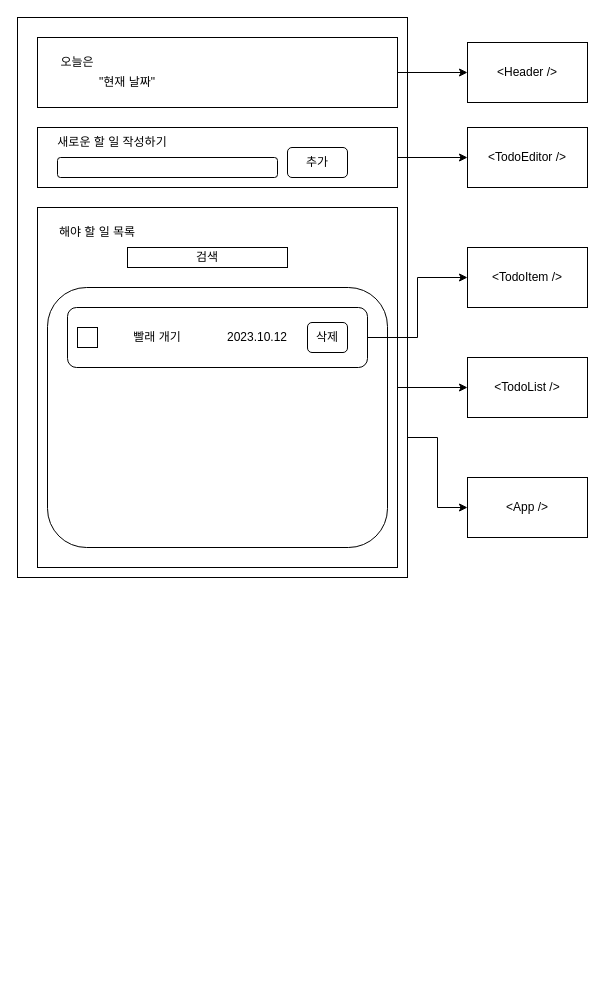
Above: src/todolist.drawio in webshjin/react-project-todolist2 (draw.io), before the change. Source tidied: cells renumbered, new cells numbered last; positions are measured from the earlier drawing's top-left corner, leaving out a move shared by most shapes. Both pictures are drawn from the tidied source at 100%, with x=0, y=0 at pixel (17, 17).
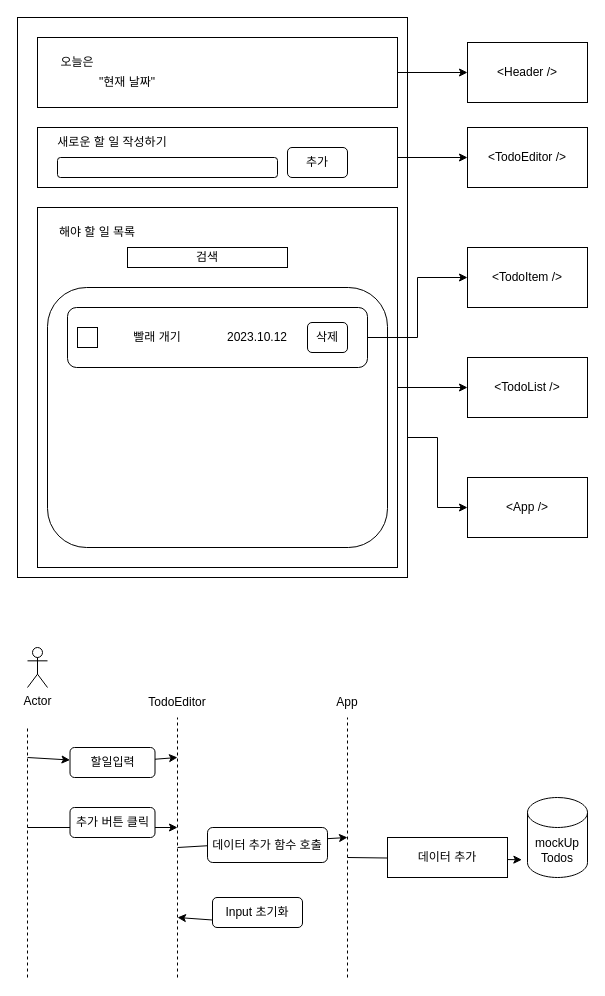
After the change.

Diff of the diagram source:
```diff
@@
+    <mxCell id="29" value="Actor" style="shape=umlActor;verticalLabelPosition=bottom;verticalAlign=top;html=1;" parent="1" vertex="1">
+      <mxGeometry x="10" y="630" width="20" height="40" as="geometry" />
+    </mxCell>
+    <mxCell id="30" style="endArrow=none;dashed=1;html=1;rounded=0;" parent="1" edge="1">
+      <mxGeometry relative="1" as="geometry">
+        <mxPoint x="10" y="960" as="sourcePoint" />
+        <mxPoint x="10" y="710" as="targetPoint" />
+      </mxGeometry>
+    </mxCell>
+    <mxCell id="31" style="endArrow=none;dashed=1;html=1;rounded=0;" parent="1" edge="1">
+      <mxGeometry relative="1" as="geometry">
+        <mxPoint x="160" y="960" as="sourcePoint" />
+        <mxPoint x="160" y="700" as="targetPoint" />
+      </mxGeometry>
+    </mxCell>
+    <mxCell id="32" value="TodoEditor" style="text;html=1;strokeColor=none;fillColor=none;align=center;verticalAlign=middle;whiteSpace=wrap;rounded=0;" parent="1" vertex="1">
+      <mxGeometry x="130" y="670" width="60" height="30" as="geometry" />
+    </mxCell>
+    <mxCell id="33" style="endArrow=classic;html=1;rounded=0;" parent="1" edge="1" source="35">
+      <mxGeometry relative="1" as="geometry">
+        <mxPoint x="160" y="740" as="targetPoint" />
+      </mxGeometry>
+    </mxCell>
+    <mxCell id="34" style="endArrow=classic;html=1;rounded=0;" parent="1" edge="1" target="35">
+      <mxGeometry relative="1" as="geometry">
+        <mxPoint x="10" y="740" as="sourcePoint" />
+      </mxGeometry>
+    </mxCell>
+    <mxCell id="35" value="할일입력" style="rounded=1;whiteSpace=wrap;html=1;" parent="1" vertex="1">
+      <mxGeometry x="52.5" y="730" width="85" height="30" as="geometry" />
+    </mxCell>
+    <mxCell id="36" style="endArrow=classic;html=1;rounded=0;" parent="1" edge="1">
+      <mxGeometry relative="1" as="geometry">
+        <mxPoint x="10" y="810" as="sourcePoint" />
+        <mxPoint x="160" y="810" as="targetPoint" />
+      </mxGeometry>
+    </mxCell>
+    <mxCell id="37" value="추가 버튼 클릭" style="rounded=1;whiteSpace=wrap;html=1;" parent="1" vertex="1">
+      <mxGeometry x="52.5" y="790" width="85" height="30" as="geometry" />
+    </mxCell>
+    <mxCell id="38" style="endArrow=none;dashed=1;html=1;rounded=0;" parent="1" edge="1">
+      <mxGeometry relative="1" as="geometry">
+        <mxPoint x="330" y="960" as="sourcePoint" />
+        <mxPoint x="330" y="700" as="targetPoint" />
+      </mxGeometry>
+    </mxCell>
+    <mxCell id="39" value="App" style="text;html=1;strokeColor=none;fillColor=none;align=center;verticalAlign=middle;whiteSpace=wrap;rounded=0;" parent="1" vertex="1">
+      <mxGeometry x="300" y="670" width="60" height="30" as="geometry" />
+    </mxCell>
+    <mxCell id="40" style="endArrow=classic;html=1;rounded=0;" parent="1" edge="1">
+      <mxGeometry relative="1" as="geometry">
+        <mxPoint x="160" y="830" as="sourcePoint" />
+        <mxPoint x="330" y="820" as="targetPoint" />
+      </mxGeometry>
+    </mxCell>
+    <mxCell id="41" value="데이터 추가 함수 호출" style="rounded=1;whiteSpace=wrap;html=1;" parent="1" vertex="1">
+      <mxGeometry x="190" y="810" width="120" height="35" as="geometry" />
+    </mxCell>
+    <mxCell id="42" value="mockUp&lt;br&gt;Todos" style="shape=cylinder3;whiteSpace=wrap;html=1;boundedLbl=1;backgroundOutline=1;size=15;" parent="1" vertex="1">
+      <mxGeometry x="510" y="780" width="60" height="80" as="geometry" />
+    </mxCell>
+    <mxCell id="43" style="endArrow=classic;html=1;rounded=0;entryX=-0.094;entryY=0.778;entryDx=0;entryDy=0;entryPerimeter=0;" parent="1" edge="1" target="42">
+      <mxGeometry relative="1" as="geometry">
+        <mxPoint x="330" y="840" as="sourcePoint" />
+      </mxGeometry>
+    </mxCell>
+    <mxCell id="44" value="데이터 추가" style="rounded=0;whiteSpace=wrap;html=1;" parent="1" vertex="1">
+      <mxGeometry x="370" y="820" width="120" height="40" as="geometry" />
+    </mxCell>
+    <mxCell id="45" value="Input 초기화" style="rounded=1;whiteSpace=wrap;html=1;" parent="1" vertex="1">
+      <mxGeometry x="195" y="880" width="90" height="30" as="geometry" />
+    </mxCell>
+    <mxCell id="46" style="endArrow=classic;html=1;rounded=0;exitX=0;exitY=0.75;exitDx=0;exitDy=0;" parent="1" edge="1" source="45">
+      <mxGeometry relative="1" as="geometry">
+        <mxPoint x="160" y="900" as="targetPoint" />
+      </mxGeometry>
+    </mxCell>
```
